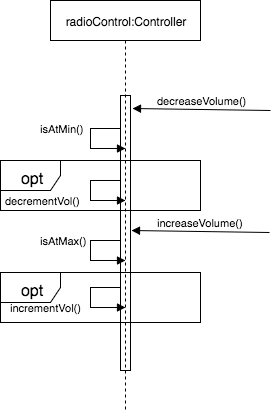
This is OSDpng/changeVolume.png from CSCI-360-01-2017/Team-Malaga, a draw.io export, as it was before one commit. Source tidied: cells renumbered, new cells last; positions are measured from the earlier drawing's top-left corner, leaving out a move shared by most shapes.
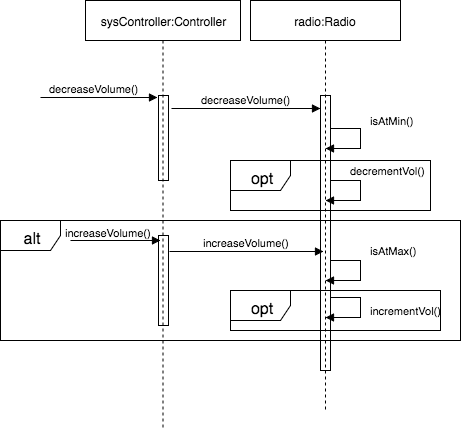
After the commit.

Change to the diagram source:
```diff
@@ -1,8 +1,8 @@
-<mxGraphModel background="#ffffff">
+<mxGraphModel>
   <root>
     <mxCell id="0" />
     <mxCell id="1" parent="0" />
-    <mxCell id="2" value="radioControl:Controller" style="shape=umlLifeline;perimeter=lifelinePerimeter;whiteSpace=wrap;html=1;" parent="1" vertex="1">
+    <mxCell id="2" value="radio:Radio" style="shape=umlLifeline;perimeter=lifelinePerimeter;whiteSpace=wrap;html=1;" parent="1" vertex="1">
       <mxGeometry x="50" width="150" height="410" as="geometry" />
     </mxCell>
     <mxCell id="3" style="html=1;points=[];perimeter=orthogonalPerimeter;fillColor=none;fontSize=22;fontColor=none;" parent="2" vertex="1">
@@ -10,65 +10,89 @@
     </mxCell>
     <mxCell id="4" value="decreaseVolume()" style="html=1;verticalAlign=bottom;endArrow=block;fontColor=none;" parent="1" edge="1">
       <mxGeometry x="574.5" y="140" as="geometry">
-        <mxPoint x="270" y="110" as="sourcePoint" />
-        <mxPoint x="132" y="108" as="targetPoint" />
+        <mxPoint x="-29" y="108" as="sourcePoint" />
+        <mxPoint x="120" y="108" as="targetPoint" />
       </mxGeometry>
     </mxCell>
     <mxCell id="5" value="decrementVol()" style="edgeStyle=orthogonalEdgeStyle;html=1;align=left;spacingLeft=2;endArrow=block;rounded=0;fontColor=none;" parent="1" edge="1">
       <mxGeometry as="geometry">
-        <mxPoint x="120" y="180" as="sourcePoint" />
+        <mxPoint x="130" y="180" as="sourcePoint" />
         <mxPoint x="125" y="200" as="targetPoint" />
         <Array as="points">
-          <mxPoint x="90" y="180" />
-          <mxPoint x="90" y="200" />
+          <mxPoint x="160" y="180" />
+          <mxPoint x="160" y="200" />
         </Array>
-        <mxPoint x="-122" y="10" as="offset" />
+        <mxPoint x="18" y="-20" as="offset" />
       </mxGeometry>
     </mxCell>
-    <mxCell id="6" value="increaseVolume()" style="html=1;verticalAlign=bottom;endArrow=block;fontColor=none;" parent="1" edge="1">
-      <mxGeometry x="573.5" y="262" as="geometry">
-        <mxPoint x="269" y="232" as="sourcePoint" />
-        <mxPoint x="131" y="230" as="targetPoint" />
+    <mxCell id="6" value="increaseVolume()" style="html=1;verticalAlign=bottom;endArrow=block;fontColor=none;entryX=0.3;entryY=0.567;entryPerimeter=0;" parent="1" edge="1" target="3">
+      <mxGeometry as="geometry">
+        <mxPoint x="-31" y="251" as="sourcePoint" />
       </mxGeometry>
     </mxCell>
     <mxCell id="7" value="incrementVol()" style="edgeStyle=orthogonalEdgeStyle;html=1;align=left;spacingLeft=2;endArrow=block;rounded=0;fontColor=none;" parent="1" edge="1">
-      <mxGeometry x="5" y="-3" as="geometry">
-        <mxPoint x="120" y="287" as="sourcePoint" />
-        <mxPoint x="125" y="307" as="targetPoint" />
+      <mxGeometry as="geometry">
+        <mxPoint x="130" y="297" as="sourcePoint" />
+        <mxPoint x="125" y="317" as="targetPoint" />
         <Array as="points">
-          <mxPoint x="90" y="287" />
-          <mxPoint x="90" y="307" />
+          <mxPoint x="160" y="297" />
+          <mxPoint x="160" y="317" />
         </Array>
-        <mxPoint x="-117" y="10" as="offset" />
+        <mxPoint x="38" y="3" as="offset" />
       </mxGeometry>
     </mxCell>
     <mxCell id="8" value="isAtMin()" style="edgeStyle=orthogonalEdgeStyle;html=1;align=left;spacingLeft=2;endArrow=block;rounded=0;fontColor=none;" parent="1" edge="1">
-      <mxGeometry x="5" as="geometry">
-        <mxPoint x="120" y="128" as="sourcePoint" />
+      <mxGeometry as="geometry">
+        <mxPoint x="130" y="128" as="sourcePoint" />
         <mxPoint x="125" y="148" as="targetPoint" />
         <Array as="points">
-          <mxPoint x="90" y="128" />
-          <mxPoint x="90" y="148" />
+          <mxPoint x="160" y="128" />
+          <mxPoint x="160" y="148" />
         </Array>
-        <mxPoint x="-87" y="-10" as="offset" />
+        <mxPoint x="38" y="-18" as="offset" />
       </mxGeometry>
     </mxCell>
     <mxCell id="9" value="&lt;font style=&quot;font-size: 16px&quot;&gt;opt&lt;/font&gt;" style="shape=umlFrame;whiteSpace=wrap;html=1;fillColor=none;fontSize=22;fontColor=none;" parent="1" vertex="1">
-      <mxGeometry y="160" width="200" height="50" as="geometry" />
+      <mxGeometry x="30" y="160" width="200" height="50" as="geometry" />
     </mxCell>
     <mxCell id="10" value="isAtMax()" style="edgeStyle=orthogonalEdgeStyle;html=1;align=left;spacingLeft=2;endArrow=block;rounded=0;fontColor=none;" parent="1" edge="1">
-      <mxGeometry x="5" y="112" as="geometry">
-        <mxPoint x="120" y="240" as="sourcePoint" />
-        <mxPoint x="125" y="260" as="targetPoint" />
+      <mxGeometry y="20" as="geometry">
+        <mxPoint x="130" y="260" as="sourcePoint" />
+        <mxPoint x="125" y="280" as="targetPoint" />
         <Array as="points">
-          <mxPoint x="90" y="240" />
-          <mxPoint x="90" y="260" />
+          <mxPoint x="160" y="260" />
+          <mxPoint x="160" y="280" />
         </Array>
-        <mxPoint x="-87" y="-10" as="offset" />
+        <mxPoint x="38" y="-20" as="offset" />
       </mxGeometry>
     </mxCell>
     <mxCell id="11" value="&lt;font style=&quot;font-size: 16px&quot;&gt;opt&lt;/font&gt;" style="shape=umlFrame;whiteSpace=wrap;html=1;fillColor=none;fontSize=22;fontColor=none;" parent="1" vertex="1">
-      <mxGeometry y="272" width="200" height="50" as="geometry" />
+      <mxGeometry x="30" y="290" width="210" height="40" as="geometry" />
     </mxCell>
+    <mxCell id="12" value="sysController:Controller" style="shape=umlLifeline;perimeter=lifelinePerimeter;whiteSpace=wrap;html=1;" parent="1" vertex="1">
+      <mxGeometry x="-115" width="155" height="430" as="geometry" />
+    </mxCell>
+    <mxCell id="13" style="html=1;points=[];perimeter=orthogonalPerimeter;fillColor=none;fontSize=22;fontColor=none;" parent="12" vertex="1">
+      <mxGeometry x="73" y="95" width="10" height="85" as="geometry" />
+    </mxCell>
+    <mxCell id="14" value="increaseVolume()" style="html=1;verticalAlign=bottom;endArrow=block;fontColor=none;" parent="12" edge="1">
+      <mxGeometry x="-325" y="-220" as="geometry">
+        <mxPoint x="-15" y="240" as="sourcePoint" />
+        <mxPoint x="75" y="240" as="targetPoint" />
+        <mxPoint x="-7" y="1" as="offset" />
+      </mxGeometry>
+    </mxCell>
+    <mxCell id="15" style="html=1;perimeter=orthogonalPerimeter;fillColor=none;fontSize=22;fontColor=none;" parent="12" vertex="1">
+      <mxGeometry x="73" y="235" width="10" height="90" as="geometry" />
+    </mxCell>
+    <mxCell id="16" value="decreaseVolume()" style="html=1;verticalAlign=bottom;endArrow=block;fontColor=none;entryX=-0.1;entryY=0.018;entryPerimeter=0;" parent="1" edge="1" target="13">
+      <mxGeometry as="geometry">
+        <mxPoint x="-160" y="97" as="sourcePoint" />
+        <mxPoint x="-5" as="offset" />
+      </mxGeometry>
+    </mxCell>
+    <mxCell id="17" value="&lt;font style=&quot;font-size: 16px&quot;&gt;alt&lt;/font&gt;" style="shape=umlFrame;whiteSpace=wrap;html=1;fillColor=none;fontSize=22;fontColor=none;" parent="1" vertex="1">
+      <mxGeometry x="-200" y="220" width="460" height="120" as="geometry" />
+    </mxCell>
   </root>
 </mxGraphModel>
```
